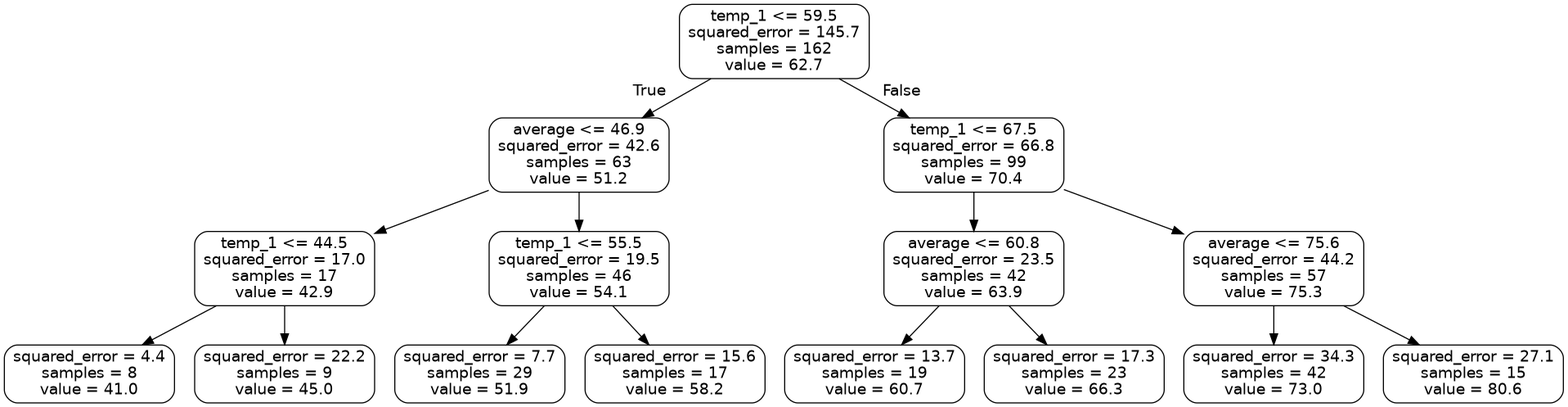
This is SML /Exp 10/small_tree.png from anmolS-1104/SML, a Graphviz export, as it was before one commit. Its source is kept beside it as SML /Exp 10/small_tree.dot.
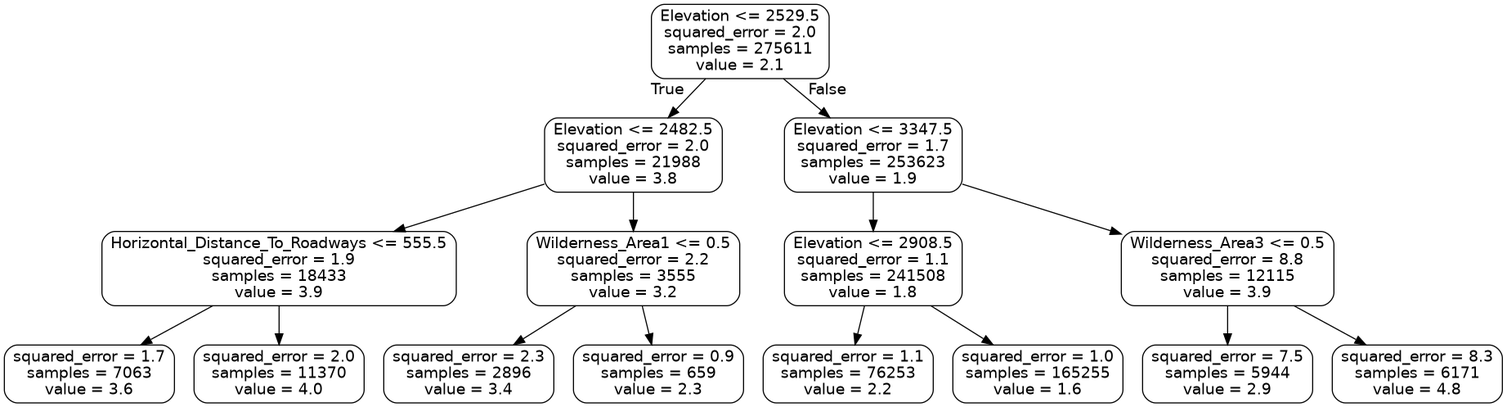
The same diagram one commit later.

Change to the diagram source:
```diff
@@ -1,33 +1,33 @@
 digraph Tree {
 node [shape=box, style="rounded", color="black", fontname="helvetica"] ;
 edge [fontname="helvetica"] ;
-0 [label="temp_1 <= 59.5\nsquared_error = 145.7\nsamples = 162\nvalue = 62.7"] ;
-1 [label="average <= 46.9\nsquared_error = 42.6\nsamples = 63\nvalue = 51.2"] ;
+0 [label="Elevation <= 2529.5\nsquared_error = 2.0\nsamples = 275611\nvalue = 2.1"] ;
+1 [label="Elevation <= 2482.5\nsquared_error = 2.0\nsamples = 21988\nvalue = 3.8"] ;
 0 -> 1 [labeldistance=2.5, labelangle=45, headlabel="True"] ;
-2 [label="temp_1 <= 44.5\nsquared_error = 17.0\nsamples = 17\nvalue = 42.9"] ;
+2 [label="Horizontal_Distance_To_Roadways <= 555.5\nsquared_error = 1.9\nsamples = 18433\nvalue = 3.9"] ;
 1 -> 2 ;
-3 [label="squared_error = 4.4\nsamples = 8\nvalue = 41.0"] ;
+3 [label="squared_error = 1.7\nsamples = 7063\nvalue = 3.6"] ;
 2 -> 3 ;
-4 [label="squared_error = 22.2\nsamples = 9\nvalue = 45.0"] ;
+4 [label="squared_error = 2.0\nsamples = 11370\nvalue = 4.0"] ;
 2 -> 4 ;
-5 [label="temp_1 <= 55.5\nsquared_error = 19.5\nsamples = 46\nvalue = 54.1"] ;
+5 [label="Wilderness_Area1 <= 0.5\nsquared_error = 2.2\nsamples = 3555\nvalue = 3.2"] ;
 1 -> 5 ;
-6 [label="squared_error = 7.7\nsamples = 29\nvalue = 51.9"] ;
+6 [label="squared_error = 2.3\nsamples = 2896\nvalue = 3.4"] ;
 5 -> 6 ;
-7 [label="squared_error = 15.6\nsamples = 17\nvalue = 58.2"] ;
+7 [label="squared_error = 0.9\nsamples = 659\nvalue = 2.3"] ;
 5 -> 7 ;
-8 [label="temp_1 <= 67.5\nsquared_error = 66.8\nsamples = 99\nvalue = 70.4"] ;
+8 [label="Elevation <= 3347.5\nsquared_error = 1.7\nsamples = 253623\nvalue = 1.9"] ;
 0 -> 8 [labeldistance=2.5, labelangle=-45, headlabel="False"] ;
-9 [label="average <= 60.8\nsquared_error = 23.5\nsamples = 42\nvalue = 63.9"] ;
+9 [label="Elevation <= 2908.5\nsquared_error = 1.1\nsamples = 241508\nvalue = 1.8"] ;
 8 -> 9 ;
-10 [label="squared_error = 13.7\nsamples = 19\nvalue = 60.7"] ;
+10 [label="squared_error = 1.1\nsamples = 76253\nvalue = 2.2"] ;
 9 -> 10 ;
-11 [label="squared_error = 17.3\nsamples = 23\nvalue = 66.3"] ;
+11 [label="squared_error = 1.0\nsamples = 165255\nvalue = 1.6"] ;
 9 -> 11 ;
-12 [label="average <= 75.6\nsquared_error = 44.2\nsamples = 57\nvalue = 75.3"] ;
+12 [label="Wilderness_Area3 <= 0.5\nsquared_error = 8.8\nsamples = 12115\nvalue = 3.9"] ;
 8 -> 12 ;
-13 [label="squared_error = 34.3\nsamples = 42\nvalue = 73.0"] ;
+13 [label="squared_error = 7.5\nsamples = 5944\nvalue = 2.9"] ;
 12 -> 13 ;
-14 [label="squared_error = 27.1\nsamples = 15\nvalue = 80.6"] ;
+14 [label="squared_error = 8.3\nsamples = 6171\nvalue = 4.8"] ;
 12 -> 14 ;
 }
```
